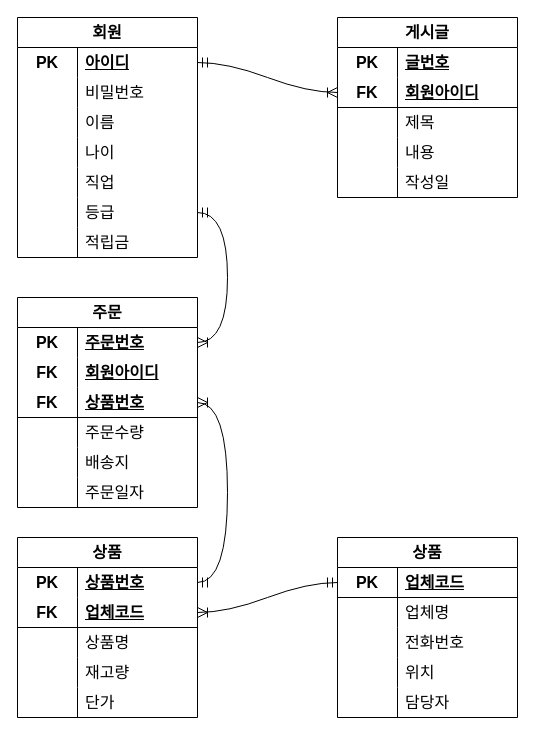
The draw.io diagram page "릴레이션" (2 of 2) of 한빛마트.drawio in Unbbox/oraclesource, before the edit. Source tidied: cells renumbered, new cells numbered last; positions are measured from the earlier drawing's top-left corner, leaving out a move shared by most shapes. Both pictures are drawn from the tidied source at 100%, with x=0, y=0 at pixel (17, 17).
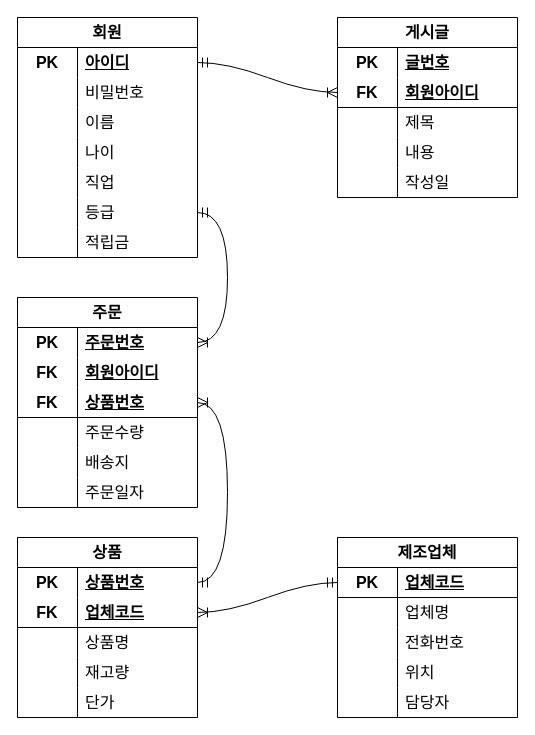
After the change.

Commit message:
한빛마트.drawio 업데이트

Change to the diagram source:
```diff
@@
-    <mxCell id="78" value="상품" style="shape=table;startSize=30;childLayout=tableLayout;rowLines=0;fontStyle=1;align=center;html=1;whiteSpace=wrap;fontSize=16;" parent="1" vertex="1">
+    <mxCell id="78" value="제조업체" style="shape=table;startSize=30;childLayout=tableLayout;rowLines=0;fontStyle=1;align=center;html=1;whiteSpace=wrap;fontSize=16;" parent="1" vertex="1">
       <mxGeometry x="320" y="520" width="180" height="180" as="geometry" />
     </mxCell>
```
